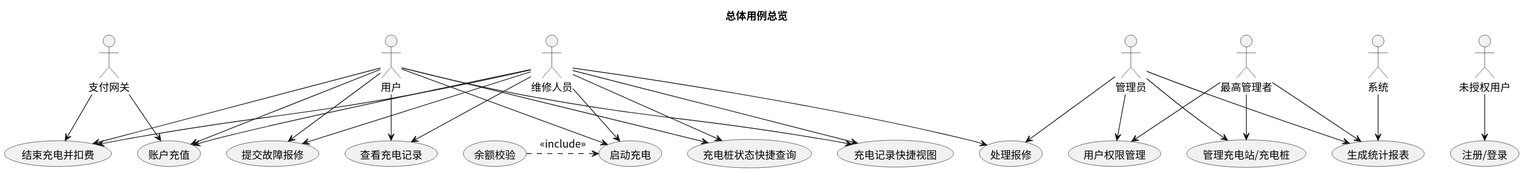
greenhandzdl/charging-station-doc keeps this PlantUML diagram as usecase/docs/overview/img/usecase_overall.svg. Above is the earlier version.
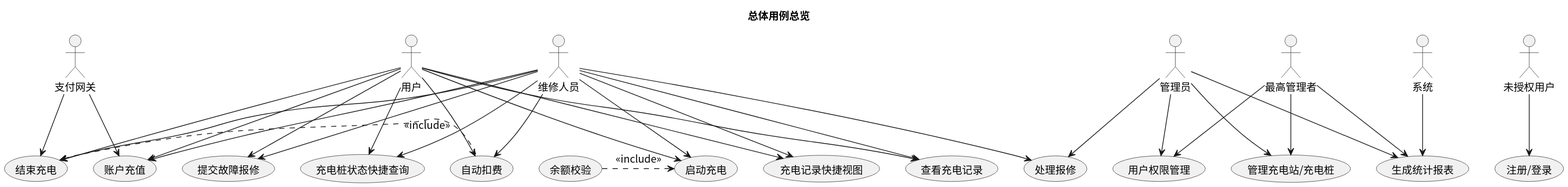
Above is the later version.

What changed in the source:
```diff
@@ -16,7 +16,8 @@
 usecase "账户充值" as RA
 usecase "启动充电" as SC
 usecase "余额校验" as BAL
-usecase "结束充电并扣费" as EC
+usecase "结束充电" as EC
+usecase "自动扣费" as AD
 usecase "查看充电记录" as VCR
 usecase "提交故障报修" as SRT
 usecase "管理充电站/充电桩" as MM
@@ -31,6 +32,7 @@
 U --> RA
 U --> SC
 U --> EC
+U --> AD
 U --> VCR
 U --> SRT
 U --> QV
@@ -39,6 +41,7 @@
 M --> RA
 M --> SC
 M --> EC
+M --> AD
 M --> VCR
 M --> SRT
 M --> HR
@@ -58,4 +61,5 @@
 S --> GS
 
 SC <.left. BAL : <<include>>
+EC <.right. AD : <<include>>
 @enduml
```
